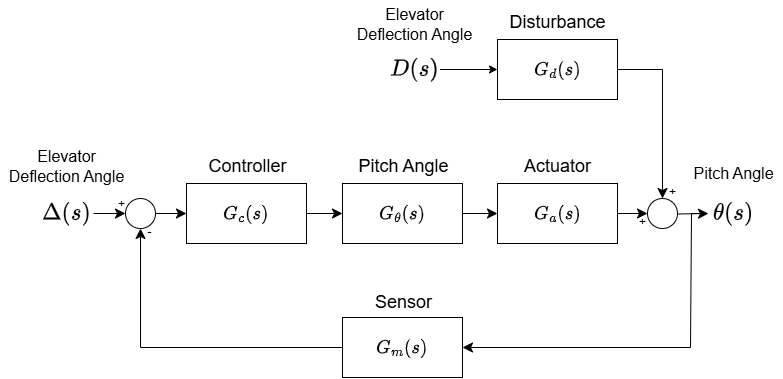
The draw.io diagram latex/figs/ELE2038_H5_closedLoopBlockDiagram.drawio.png in ollie3951/ELE2038-Control-H5, before a commit. Source tidied: cells renumbered, new cells last; positions are measured from the earlier drawing's top-left corner, leaving out a move shared by most shapes.
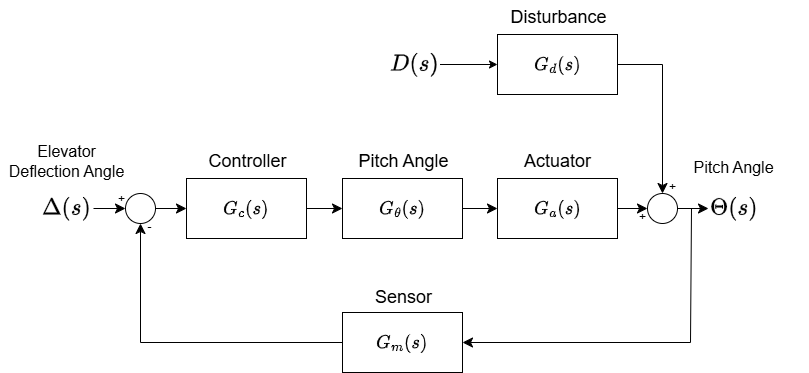
After the change.

The edit, as a diff of the source:
```diff
@@ -85,10 +85,10 @@
       <mxGeometry x="0.67" y="-9" relative="1" as="geometry" />
     </mxCell>
     <mxCell id="27" style="group;" parent="1" vertex="1">
-      <mxGeometry x="685" y="158" width="98" height="74" as="geometry" />
+      <mxGeometry x="685" y="158" width="124" height="76" as="geometry" />
     </mxCell>
-    <mxCell id="28" value="&lt;div&gt;&lt;span style=&quot;background-color: transparent; color: light-dark(rgb(0, 0, 0), rgb(255, 255, 255));&quot;&gt;$$\theta(s)$$&lt;/span&gt;&lt;/div&gt;" style="text;html=1;align=center;verticalAlign=middle;points=[];strokeColor=none;fillColor=none;fontSize=20;" parent="27" vertex="1">
-      <mxGeometry x="24" y="38" width="50" height="36" as="geometry" />
+    <mxCell id="28" value="&lt;div&gt;&lt;span style=&quot;background-color: transparent; color: light-dark(rgb(0, 0, 0), rgb(255, 255, 255));&quot;&gt;$$\Theta(s)$$&lt;/span&gt;&lt;/div&gt;" style="text;html=1;align=center;verticalAlign=middle;points=[];strokeColor=none;fillColor=none;fontSize=20;" parent="27" vertex="1">
+      <mxGeometry x="24" y="36" width="50" height="40" as="geometry" />
     </mxCell>
     <mxCell id="29" value="Pitch Angle" style="text;html=1;align=center;verticalAlign=middle;strokeColor=none;fillColor=none;fontSize=16;" parent="27" vertex="1">
       <mxGeometry width="98" height="31" as="geometry" />
@@ -127,9 +127,6 @@
     <mxCell id="37" value="$$D(s)$$" style="text;html=1;align=center;verticalAlign=middle;points=[];strokeColor=none;fillColor=none;fontSize=20;" parent="36" vertex="1">
       <mxGeometry x="40" y="42" width="51" height="40" as="geometry" />
     </mxCell>
-    <mxCell id="38" value="Elevator&lt;div&gt;Deflection Angle&lt;/div&gt;" style="text;html=1;align=center;verticalAlign=middle;strokeColor=none;fillColor=none;fontSize=16;" parent="36" vertex="1">
-      <mxGeometry x="-1.5" y="-8" width="134" height="50" as="geometry" />
-    </mxCell>
     <mxCell id="39" style="edgeStyle=orthogonalEdgeStyle;rounded=0;jettySize=auto;html=1;entryX=0;entryY=0.5;entryDx=0;entryDy=0;" parent="1" edge="1" source="37" target="17">
       <mxGeometry relative="1" as="geometry" />
     </mxCell>
```
